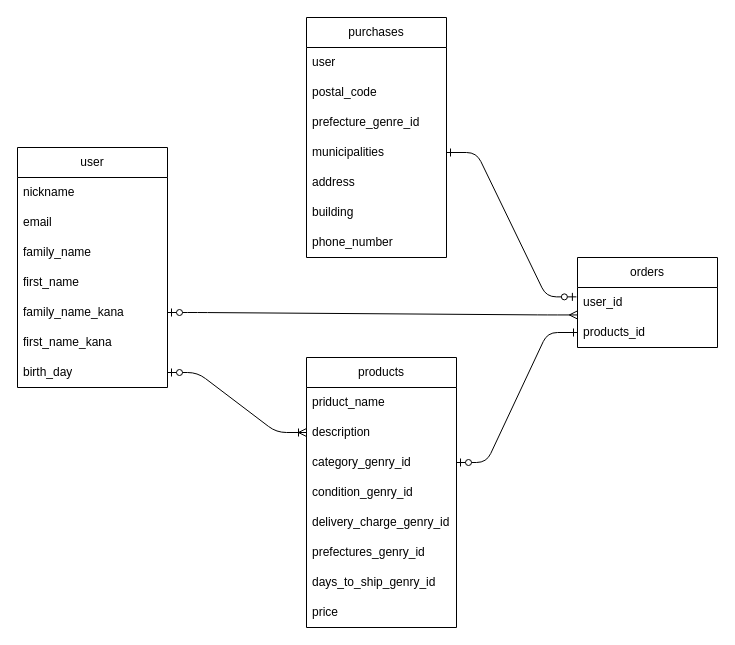
Earlier version of the draw.io diagram ER.dio (konkiiii/furima-38526). Source tidied: cells renumbered, new cells numbered last; positions are measured from the earlier drawing's top-left corner, leaving out a move shared by most shapes. Both pictures are drawn from the tidied source at 100%, with x=0, y=0 at pixel (17, 17).
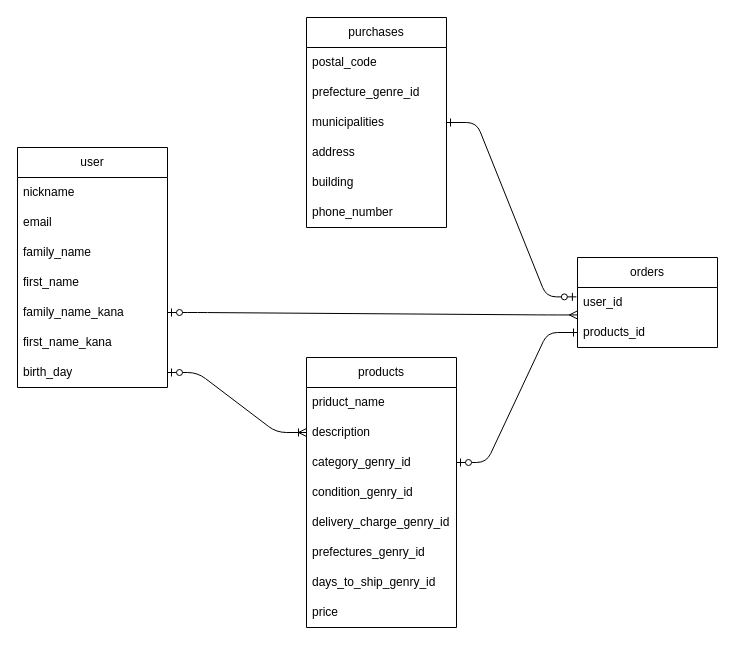
The same page after the edit.

Change to the diagram source:
```diff
@@
     <mxCell id="10" value="purchases" style="swimlane;fontStyle=0;horizontal=1;startSize=30;whiteSpace=wrap;html=1;rounded=0;" parent="1" vertex="1">
-      <mxGeometry x="289" width="140" height="240" as="geometry" />
+      <mxGeometry x="289" width="140" height="210" as="geometry" />
     </mxCell>
-    <mxCell id="11" value="user" style="text;strokeColor=none;fillColor=none;align=left;verticalAlign=middle;spacingLeft=4;spacingRight=4;overflow=hidden;whiteSpace=wrap;html=1;rounded=0;" parent="10" vertex="1">
-      <mxGeometry y="30" width="140" height="30" as="geometry" />
-    </mxCell>
     <mxCell id="12" value="postal_code" style="text;strokeColor=none;fillColor=none;align=left;verticalAlign=middle;spacingLeft=4;spacingRight=4;overflow=hidden;whiteSpace=wrap;html=1;rounded=0;" parent="10" vertex="1">
-      <mxGeometry y="60" width="140" height="30" as="geometry" />
+      <mxGeometry y="30" width="140" height="30" as="geometry" />
     </mxCell>
     <mxCell id="13" value="prefecture_genre_id" style="text;strokeColor=none;fillColor=none;align=left;verticalAlign=middle;spacingLeft=4;spacingRight=4;overflow=hidden;whiteSpace=wrap;html=1;rounded=0;" parent="10" vertex="1">
-      <mxGeometry y="90" width="140" height="30" as="geometry" />
+      <mxGeometry y="60" width="140" height="30" as="geometry" />
     </mxCell>
     <mxCell id="14" value="municipalities" style="text;strokeColor=none;fillColor=none;align=left;verticalAlign=middle;spacingLeft=4;spacingRight=4;overflow=hidden;points=[[0,0.5],[1,0.5]];portConstraint=eastwest;whiteSpace=wrap;html=1;rounded=0;" parent="10" vertex="1">
-      <mxGeometry y="120" width="140" height="30" as="geometry" />
+      <mxGeometry y="90" width="140" height="30" as="geometry" />
     </mxCell>
     <mxCell id="15" value="address" style="text;strokeColor=none;fillColor=none;align=left;verticalAlign=middle;spacingLeft=4;spacingRight=4;overflow=hidden;whiteSpace=wrap;html=1;rounded=0;" parent="10" vertex="1">
-      <mxGeometry y="150" width="140" height="30" as="geometry" />
+      <mxGeometry y="120" width="140" height="30" as="geometry" />
     </mxCell>
     <mxCell id="16" value="building" style="text;strokeColor=none;fillColor=none;align=left;verticalAlign=middle;spacingLeft=4;spacingRight=4;overflow=hidden;whiteSpace=wrap;html=1;rounded=0;" parent="10" vertex="1">
-      <mxGeometry y="180" width="140" height="30" as="geometry" />
+      <mxGeometry y="150" width="140" height="30" as="geometry" />
     </mxCell>
     <mxCell id="17" value="phone_number" style="text;strokeColor=none;fillColor=none;align=left;verticalAlign=middle;spacingLeft=4;spacingRight=4;overflow=hidden;whiteSpace=wrap;html=1;rounded=0;" parent="10" vertex="1">
-      <mxGeometry y="210" width="140" height="30" as="geometry" />
+      <mxGeometry y="180" width="140" height="30" as="geometry" />
     </mxCell>
```
